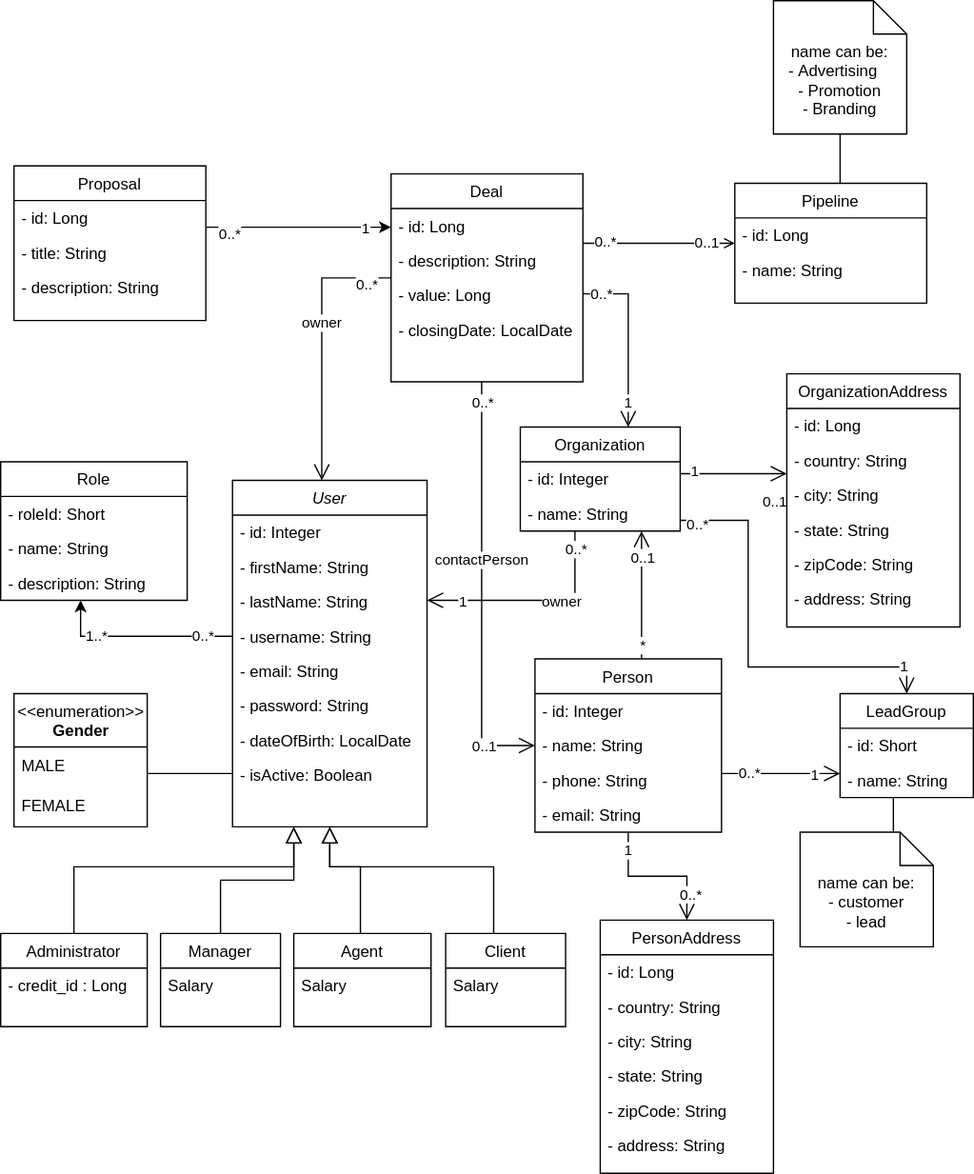
Earlier version of the draw.io export diagrams/class_diagram.svg (hassanbenhzaine/Projet_file_rouge_2022). Source tidied: cells renumbered, new cells last; positions are measured from the earlier drawing's top-left corner, leaving out a move shared by most shapes.
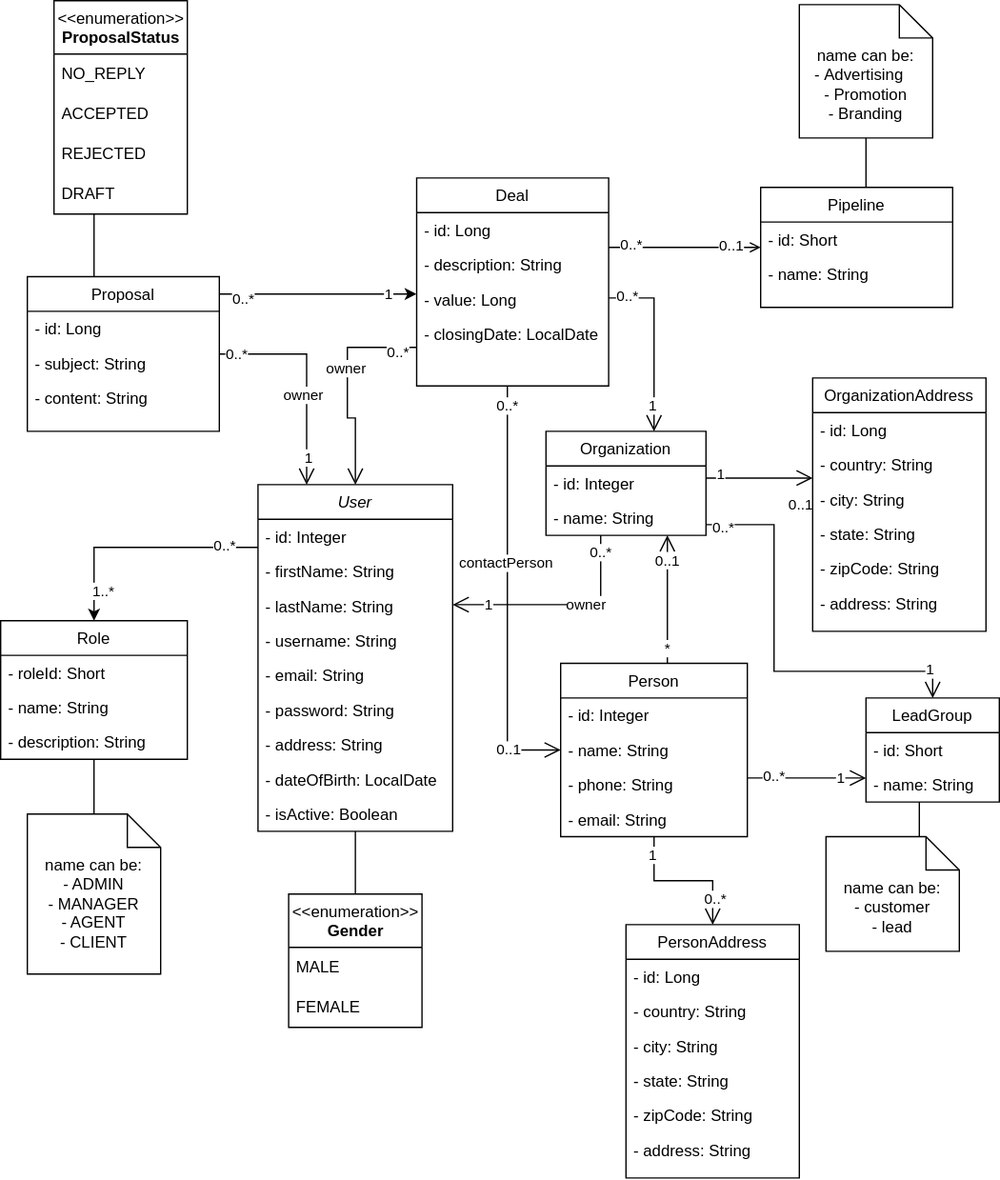
After the change.

Diff of the diagram source:
```diff
@@ -5,7 +5,7 @@
     <mxCell id="2" style="edgeStyle=orthogonalEdgeStyle;rounded=0;jettySize=auto;html=1;" parent="1" edge="1" source="5" target="20">
       <mxGeometry relative="1" as="geometry">
         <Array as="points">
-          <mxPoint x="60" y="477" />
+          <mxPoint x="51" y="407" />
         </Array>
       </mxGeometry>
     </mxCell>
@@ -40,40 +40,17 @@
     <mxCell id="11" value="- password: String" style="text;align=left;verticalAlign=top;spacingLeft=4;spacingRight=4;overflow=hidden;" parent="5" vertex="1">
       <mxGeometry y="156" width="146" height="26" as="geometry" />
     </mxCell>
+    <mxCell id="110" value="- address: String" style="text;align=left;verticalAlign=top;spacingLeft=4;spacingRight=4;overflow=hidden;" parent="5" vertex="1">
+      <mxGeometry y="182" width="146" height="26" as="geometry" />
+    </mxCell>
     <mxCell id="12" value="- dateOfBirth: LocalDate" style="text;align=left;verticalAlign=top;spacingLeft=4;spacingRight=4;overflow=hidden;" parent="5" vertex="1">
-      <mxGeometry y="182" width="146" height="26" as="geometry" />
+      <mxGeometry y="208" width="146" height="26" as="geometry" />
     </mxCell>
     <mxCell id="13" value="- isActive: Boolean" style="text;align=left;verticalAlign=top;spacingLeft=4;spacingRight=4;overflow=hidden;" parent="5" vertex="1">
-      <mxGeometry y="208" width="146" height="26" as="geometry" />
+      <mxGeometry y="234" width="146" height="26" as="geometry" />
     </mxCell>
-    <mxCell id="14" value="Administrator" style="swimlane;fontStyle=0;align=center;verticalAlign=top;horizontal=1;startSize=26;rounded=0;shadow=0;strokeWidth=1;" parent="1" vertex="1">
-      <mxGeometry y="700" width="110" height="70" as="geometry" />
-    </mxCell>
-    <mxCell id="15" value="- credit_id : Long" style="text;align=left;verticalAlign=top;spacingLeft=4;spacingRight=4;overflow=hidden;" parent="14" vertex="1">
-      <mxGeometry y="26" width="110" height="26" as="geometry" />
-    </mxCell>
-    <mxCell id="16" style="endArrow=block;endSize=10;endFill=0;shadow=0;strokeWidth=1;rounded=0;edgeStyle=elbowEdgeStyle;elbow=vertical;" parent="1" edge="1" source="14" target="5">
-      <mxGeometry relative="1" as="geometry">
-        <Array as="points">
-          <mxPoint x="220" y="650" />
-        </Array>
-      </mxGeometry>
-    </mxCell>
-    <mxCell id="17" value="Manager" style="swimlane;fontStyle=0;align=center;verticalAlign=top;horizontal=1;startSize=26;rounded=0;shadow=0;strokeWidth=1;" parent="1" vertex="1">
-      <mxGeometry x="120" y="700" width="90" height="70" as="geometry" />
-    </mxCell>
-    <mxCell id="18" value="Salary" style="text;align=left;verticalAlign=top;spacingLeft=4;spacingRight=4;overflow=hidden;" parent="17" vertex="1">
-      <mxGeometry y="26" width="90" height="26" as="geometry" />
-    </mxCell>
-    <mxCell id="19" style="endArrow=block;endSize=10;endFill=0;shadow=0;strokeWidth=1;rounded=0;edgeStyle=elbowEdgeStyle;elbow=vertical;" parent="1" edge="1" source="17" target="5">
-      <mxGeometry relative="1" as="geometry">
-        <Array as="points">
-          <mxPoint x="220" y="660" />
-        </Array>
-      </mxGeometry>
-    </mxCell>
     <mxCell id="20" value="Role" style="swimlane;fontStyle=0;horizontal=1;startSize=26;fillColor=none;" parent="1" vertex="1">
-      <mxGeometry y="346" width="140" height="104" as="geometry" />
+      <mxGeometry x="-19" y="462" width="140" height="104" as="geometry" />
     </mxCell>
     <mxCell id="21" value="- roleId: Short" style="text;strokeColor=none;fillColor=none;align=left;verticalAlign=top;spacingLeft=4;spacingRight=4;overflow=hidden;" parent="20" vertex="1">
       <mxGeometry y="26" width="140" height="26" as="geometry" />
@@ -84,34 +61,6 @@
     <mxCell id="23" value="- description: String" style="text;strokeColor=none;fillColor=none;align=left;verticalAlign=top;spacingLeft=4;spacingRight=4;overflow=hidden;" parent="20" vertex="1">
       <mxGeometry y="78" width="140" height="26" as="geometry" />
     </mxCell>
-    <mxCell id="24" style="edgeStyle=orthogonalEdgeStyle;rounded=0;jettySize=auto;html=1;endArrow=block;endFill=0;endSize=10;" parent="1" edge="1" source="25" target="5">
-      <mxGeometry relative="1" as="geometry">
-        <Array as="points">
-          <mxPoint x="270" y="650" />
-          <mxPoint x="247" y="650" />
-        </Array>
-      </mxGeometry>
-    </mxCell>
-    <mxCell id="25" value="Agent" style="swimlane;fontStyle=0;align=center;verticalAlign=top;horizontal=1;startSize=26;rounded=0;shadow=0;strokeWidth=1;" parent="1" vertex="1">
-      <mxGeometry x="220" y="700" width="103" height="70" as="geometry" />
-    </mxCell>
-    <mxCell id="26" value="Salary" style="text;align=left;verticalAlign=top;spacingLeft=4;spacingRight=4;overflow=hidden;" parent="25" vertex="1">
-      <mxGeometry y="26" width="103" height="26" as="geometry" />
-    </mxCell>
-    <mxCell id="27" style="edgeStyle=orthogonalEdgeStyle;rounded=0;jettySize=auto;html=1;endArrow=block;endFill=0;endSize=10;" parent="1" edge="1" source="28" target="5">
-      <mxGeometry relative="1" as="geometry">
-        <Array as="points">
-          <mxPoint x="370" y="650" />
-          <mxPoint x="247" y="650" />
-        </Array>
-      </mxGeometry>
-    </mxCell>
-    <mxCell id="28" value="Client" style="swimlane;fontStyle=0;align=center;verticalAlign=top;horizontal=1;startSize=26;rounded=0;shadow=0;strokeWidth=1;" parent="1" vertex="1">
-      <mxGeometry x="334" y="700" width="90" height="70" as="geometry" />
-    </mxCell>
-    <mxCell id="29" value="Salary" style="text;align=left;verticalAlign=top;spacingLeft=4;spacingRight=4;overflow=hidden;" parent="28" vertex="1">
-      <mxGeometry y="26" width="90" height="26" as="geometry" />
-    </mxCell>
     <mxCell id="30" style="edgeStyle=orthogonalEdgeStyle;rounded=0;jettySize=auto;html=1;endArrow=open;endFill=0;endSize=10;" parent="1" edge="1" source="36" target="43">
       <mxGeometry relative="1" as="geometry">
         <Array as="points">
@@ -276,13 +225,13 @@
     <mxCell id="69" style="edgeStyle=orthogonalEdgeStyle;rounded=0;jettySize=auto;html=1;endArrow=none;endFill=0;endSize=10;" parent="1" edge="1" source="70" target="5">
       <mxGeometry relative="1" as="geometry">
         <Array as="points">
-          <mxPoint x="160" y="580" />
-          <mxPoint x="160" y="580" />
+          <mxPoint x="247" y="637" />
+          <mxPoint x="247" y="637" />
         </Array>
       </mxGeometry>
     </mxCell>
     <mxCell id="70" value="&amp;lt;&amp;lt;enumeration&amp;gt;&amp;gt;&lt;br&gt;&lt;b&gt;Gender&lt;/b&gt;" style="swimlane;fontStyle=0;align=center;verticalAlign=top;horizontal=1;startSize=40;html=1;" parent="1" vertex="1">
-      <mxGeometry x="10" y="520" width="100" height="100" as="geometry" />
+      <mxGeometry x="197" y="667" width="100" height="100" as="geometry" />
     </mxCell>
     <mxCell id="71" value="MALE" style="text;html=1;strokeColor=none;fillColor=none;align=left;verticalAlign=middle;spacingLeft=4;spacingRight=4;overflow=hidden;" parent="70" vertex="1">
       <mxGeometry y="40" width="100" height="30" as="geometry" />
@@ -314,8 +263,9 @@
     <mxCell id="80" style="edgeStyle=orthogonalEdgeStyle;rounded=0;jettySize=auto;html=1;endArrow=open;endFill=0;endSize=10;" parent="1" edge="1" source="93" target="5">
       <mxGeometry relative="1" as="geometry">
         <Array as="points">
+          <mxPoint x="241" y="257" />
           <mxPoint x="241" y="310" />
-          <mxPoint x="241" y="310" />
+          <mxPoint x="247" y="310" />
         </Array>
       </mxGeometry>
     </mxCell>
@@ -395,8 +345,8 @@
     <mxCell id="98" style="edgeStyle=orthogonalEdgeStyle;rounded=0;jettySize=auto;html=1;" parent="1" edge="1" source="101" target="93">
       <mxGeometry relative="1" as="geometry">
         <Array as="points">
-          <mxPoint x="201" y="170" />
-          <mxPoint x="201" y="170" />
+          <mxPoint x="191" y="217" />
+          <mxPoint x="191" y="217" />
         </Array>
       </mxGeometry>
     </mxCell>
@@ -406,22 +356,38 @@
     <mxCell id="100" value="0..*" style="edgeLabel;html=1;align=center;verticalAlign=middle;" parent="98" vertex="1">
       <mxGeometry x="-0.76" y="-4" relative="1" as="geometry" />
     </mxCell>
+    <mxCell id="111" style="edgeStyle=orthogonalEdgeStyle;rounded=0;jettySize=auto;html=1;entryX=0.25;entryY=0;entryDx=0;entryDy=0;endArrow=open;endFill=0;endSize=10;" parent="1" edge="1" source="101" target="5">
+      <mxGeometry relative="1" as="geometry">
+        <Array as="points">
+          <mxPoint x="210" y="262" />
+        </Array>
+      </mxGeometry>
+    </mxCell>
+    <mxCell id="112" value="owner" style="edgeLabel;html=1;align=center;verticalAlign=middle;" parent="111" vertex="1">
+      <mxGeometry x="0.18" y="-3" relative="1" as="geometry" />
+    </mxCell>
+    <mxCell id="113" value="1" style="edgeLabel;html=1;align=center;verticalAlign=middle;" parent="111" vertex="1">
+      <mxGeometry x="0.75" y="1" relative="1" as="geometry" />
+    </mxCell>
+    <mxCell id="114" value="0..*" style="edgeLabel;html=1;align=center;verticalAlign=middle;" parent="111" vertex="1">
+      <mxGeometry x="-0.84" relative="1" as="geometry" />
+    </mxCell>
     <mxCell id="101" value="Proposal" style="swimlane;fontStyle=0;align=center;verticalAlign=top;horizontal=1;startSize=26;rounded=0;shadow=0;strokeWidth=1;" parent="1" vertex="1">
-      <mxGeometry x="10" y="124" width="144" height="116" as="geometry" />
+      <mxGeometry x="1" y="204" width="144" height="116" as="geometry" />
     </mxCell>
     <mxCell id="102" value="- id: Long" style="text;align=left;verticalAlign=top;spacingLeft=4;spacingRight=4;overflow=hidden;" parent="101" vertex="1">
       <mxGeometry y="26" width="144" height="26" as="geometry" />
     </mxCell>
-    <mxCell id="103" value="- title: String" style="text;align=left;verticalAlign=top;spacingLeft=4;spacingRight=4;overflow=hidden;" parent="101" vertex="1">
+    <mxCell id="103" value="- subject: String" style="text;align=left;verticalAlign=top;spacingLeft=4;spacingRight=4;overflow=hidden;" parent="101" vertex="1">
       <mxGeometry y="52" width="144" height="26" as="geometry" />
     </mxCell>
-    <mxCell id="104" value="- description: String" style="text;align=left;verticalAlign=top;spacingLeft=4;spacingRight=4;overflow=hidden;" parent="101" vertex="1">
+    <mxCell id="104" value="- content: String" style="text;align=left;verticalAlign=top;spacingLeft=4;spacingRight=4;overflow=hidden;" parent="101" vertex="1">
       <mxGeometry y="78" width="144" height="26" as="geometry" />
     </mxCell>
     <mxCell id="105" value="Pipeline" style="swimlane;fontStyle=0;align=center;verticalAlign=top;horizontal=1;startSize=26;rounded=0;shadow=0;strokeWidth=1;" parent="1" vertex="1">
       <mxGeometry x="551" y="137" width="144" height="90" as="geometry" />
     </mxCell>
-    <mxCell id="106" value="- id: Long" style="text;align=left;verticalAlign=top;spacingLeft=4;spacingRight=4;overflow=hidden;" parent="105" vertex="1">
+    <mxCell id="106" value="- id: Short" style="text;align=left;verticalAlign=top;spacingLeft=4;spacingRight=4;overflow=hidden;" parent="105" vertex="1">
       <mxGeometry y="26" width="144" height="26" as="geometry" />
     </mxCell>
     <mxCell id="107" value="- name: String" style="text;align=left;verticalAlign=top;spacingLeft=4;spacingRight=4;overflow=hidden;" parent="105" vertex="1">
@@ -438,5 +404,34 @@
     <mxCell id="109" value="name can be:&lt;br&gt;-&amp;nbsp;&lt;span&gt;Advertising&lt;/span&gt;&lt;span&gt;&amp;nbsp; &amp;nbsp;&lt;/span&gt;&lt;span&gt;&lt;br&gt;&lt;/span&gt;- Promotion&lt;br&gt;- Branding" style="shape=note2;boundedLbl=1;whiteSpace=wrap;html=1;size=25;verticalAlign=top;align=center;" parent="1" vertex="1">
       <mxGeometry x="580" width="100" height="100" as="geometry" />
     </mxCell>
+    <mxCell id="115" style="edgeStyle=orthogonalEdgeStyle;rounded=0;jettySize=auto;html=1;endArrow=none;endFill=0;endSize=10;" parent="1" edge="1" source="116" target="20">
+      <mxGeometry relative="1" as="geometry" />
+    </mxCell>
+    <mxCell id="116" value="name can be:&lt;br&gt;- ADMIN&lt;span&gt;&lt;br&gt;&lt;/span&gt;- MANAGER&lt;br&gt;- AGENT&lt;br&gt;- CLIENT" style="shape=note2;boundedLbl=1;whiteSpace=wrap;html=1;size=25;verticalAlign=top;align=center;" parent="1" vertex="1">
+      <mxGeometry x="1" y="607" width="100" height="120" as="geometry" />
+    </mxCell>
+    <mxCell id="117" style="edgeStyle=orthogonalEdgeStyle;rounded=0;jettySize=auto;html=1;endArrow=none;endFill=0;" parent="1" edge="1" source="118" target="101">
+      <mxGeometry relative="1" as="geometry">
+        <Array as="points">
+          <mxPoint x="51" y="167" />
+          <mxPoint x="51" y="167" />
+        </Array>
+      </mxGeometry>
+    </mxCell>
+    <mxCell id="118" value="&amp;lt;&amp;lt;enumeration&amp;gt;&amp;gt;&lt;br&gt;&lt;b&gt;ProposalStatus&lt;/b&gt;" style="swimlane;fontStyle=0;align=center;verticalAlign=top;horizontal=1;startSize=40;html=1;" parent="1" vertex="1">
+      <mxGeometry x="21" y="-3" width="100" height="160" as="geometry" />
+    </mxCell>
+    <mxCell id="119" value="NO_REPLY" style="text;html=1;strokeColor=none;fillColor=none;align=left;verticalAlign=middle;spacingLeft=4;spacingRight=4;overflow=hidden;" parent="118" vertex="1">
+      <mxGeometry y="40" width="100" height="30" as="geometry" />
+    </mxCell>
+    <mxCell id="120" value="ACCEPTED" style="text;html=1;strokeColor=none;fillColor=none;align=left;verticalAlign=middle;spacingLeft=4;spacingRight=4;overflow=hidden;" parent="118" vertex="1">
+      <mxGeometry y="70" width="100" height="30" as="geometry" />
+    </mxCell>
+    <mxCell id="121" value="REJECTED" style="text;html=1;strokeColor=none;fillColor=none;align=left;verticalAlign=middle;spacingLeft=4;spacingRight=4;overflow=hidden;" parent="118" vertex="1">
+      <mxGeometry y="100" width="100" height="30" as="geometry" />
+    </mxCell>
+    <mxCell id="122" value="DRAFT" style="text;html=1;strokeColor=none;fillColor=none;align=left;verticalAlign=middle;spacingLeft=4;spacingRight=4;overflow=hidden;" parent="118" vertex="1">
+      <mxGeometry y="130" width="100" height="30" as="geometry" />
+    </mxCell>
   </root>
 </mxGraphModel>
```
